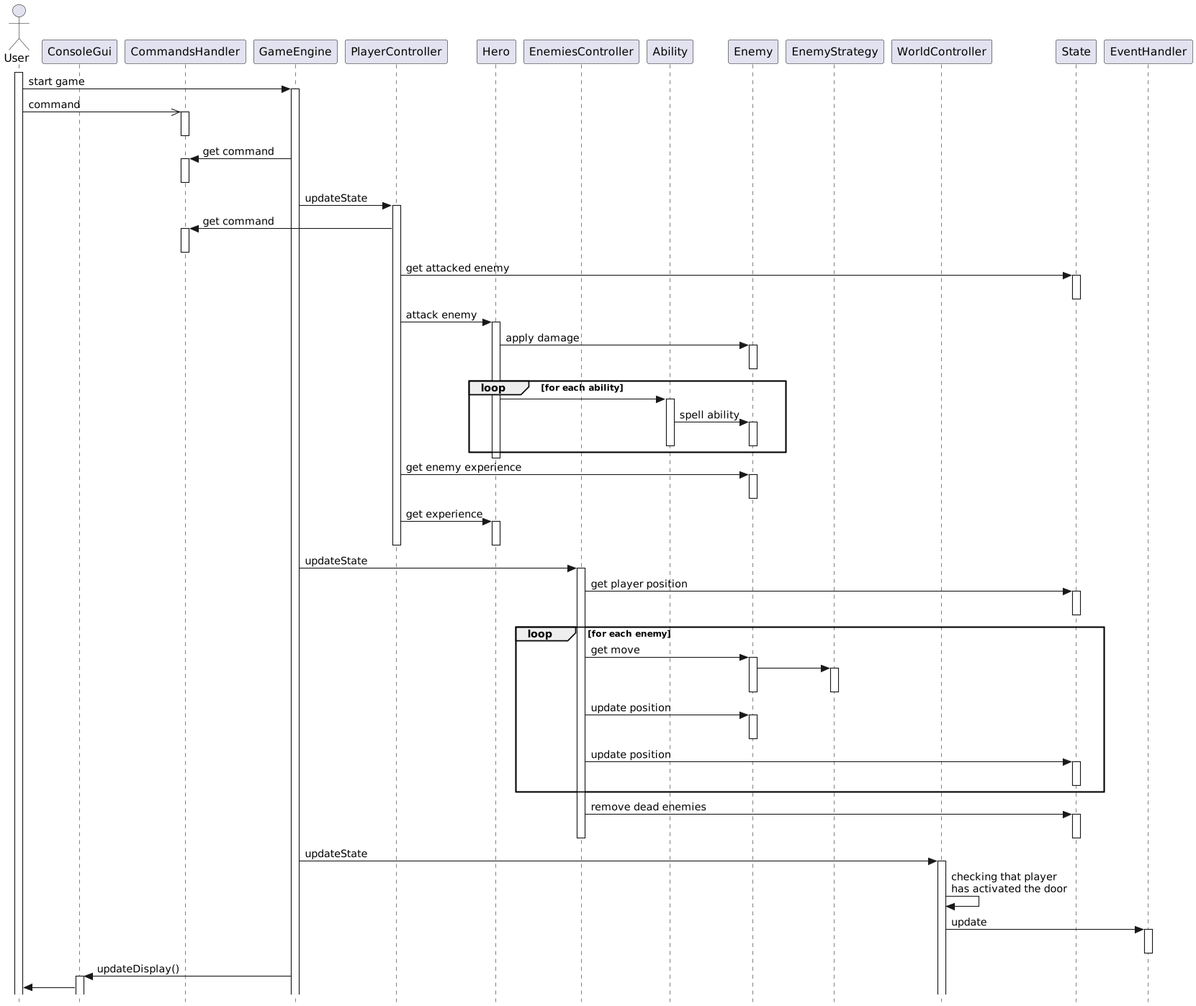
Earlier version of the PlantUML export docs/sequence.png (capitanFlint129/Rougelike).
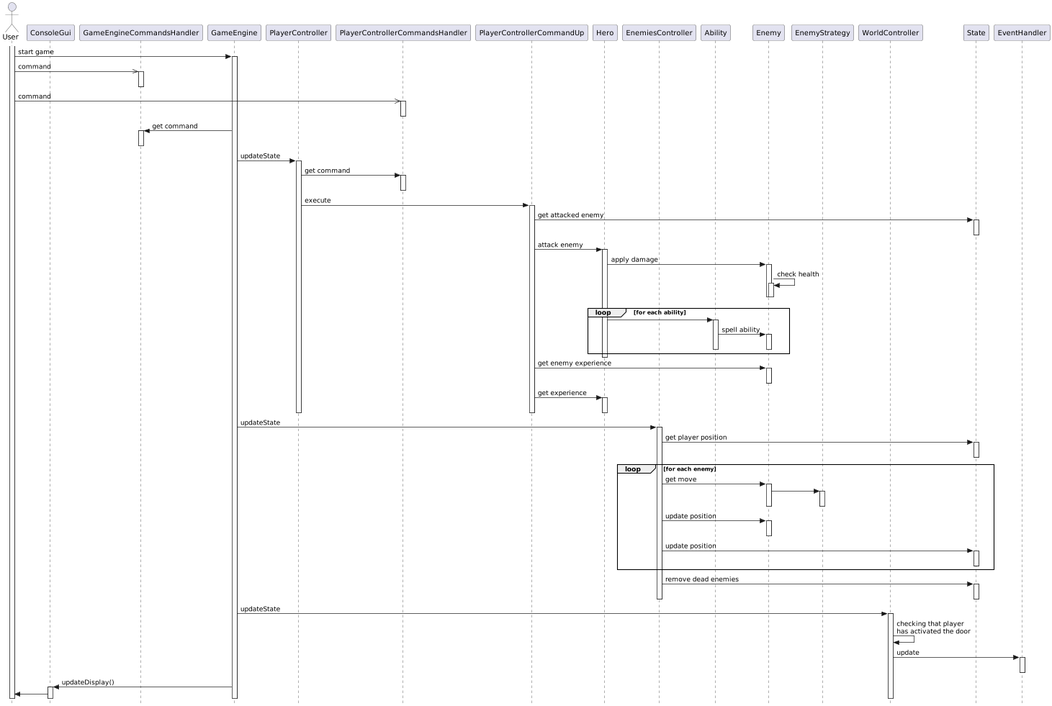
After the commit.

Change to the diagram source:
```diff
@@ -4,9 +4,11 @@
 skinparam style strictuml
 actor User
 participant ConsoleGui
-participant CommandsHandler
+participant GameEngineCommandsHandler
 participant GameEngine
 participant PlayerController
+participant PlayerControllerCommandsHandler
+participant PlayerControllerCommandUp
 participant Hero
 participant EnemiesController
 participant Ability
@@ -20,27 +22,35 @@
 activate User
 User -> GameEngine : start game
 activate GameEngine
-User ->> CommandsHandler : command
-activate CommandsHandler
-deactivate CommandsHandler
+User ->> GameEngineCommandsHandler : command
+activate GameEngineCommandsHandler
+deactivate GameEngineCommandsHandler
+User ->> PlayerControllerCommandsHandler : command
+activate PlayerControllerCommandsHandler
+deactivate PlayerControllerCommandsHandler
 
-GameEngine -> CommandsHandler : get command
-activate CommandsHandler
-deactivate CommandsHandler
+GameEngine -> GameEngineCommandsHandler : get command
+activate GameEngineCommandsHandler
+deactivate GameEngineCommandsHandler
 
 GameEngine -> PlayerController : updateState
 activate PlayerController
-PlayerController -> CommandsHandler : get command
-activate CommandsHandler
-deactivate CommandsHandler
+PlayerController -> PlayerControllerCommandsHandler : get command
+activate PlayerControllerCommandsHandler
+deactivate PlayerControllerCommandsHandler
+PlayerController -> PlayerControllerCommandUp : execute
+activate PlayerControllerCommandUp
 
-PlayerController -> State : get attacked enemy
+PlayerControllerCommandUp -> State : get attacked enemy
 activate State
 deactivate State
-PlayerController -> Hero : attack enemy
+PlayerControllerCommandUp -> Hero : attack enemy
 activate Hero
 Hero -> Enemy : apply damage
 activate Enemy
+Enemy -> Enemy : check health
+activate Enemy
+deactivate Enemy
 deactivate Enemy
 loop for each ability
     Hero -> Ability
@@ -51,12 +61,13 @@
     deactivate Ability
 end
 deactivate Hero
-PlayerController -> Enemy : get enemy experience
+PlayerControllerCommandUp -> Enemy : get enemy experience
 activate Enemy
 deactivate Enemy
-PlayerController -> Hero : get experience
+PlayerControllerCommandUp -> Hero : get experience
 activate Hero
 deactivate Hero
+deactivate PlayerControllerCommandUp
 deactivate PlayerController
 
 GameEngine -> EnemiesController : updateState
```
